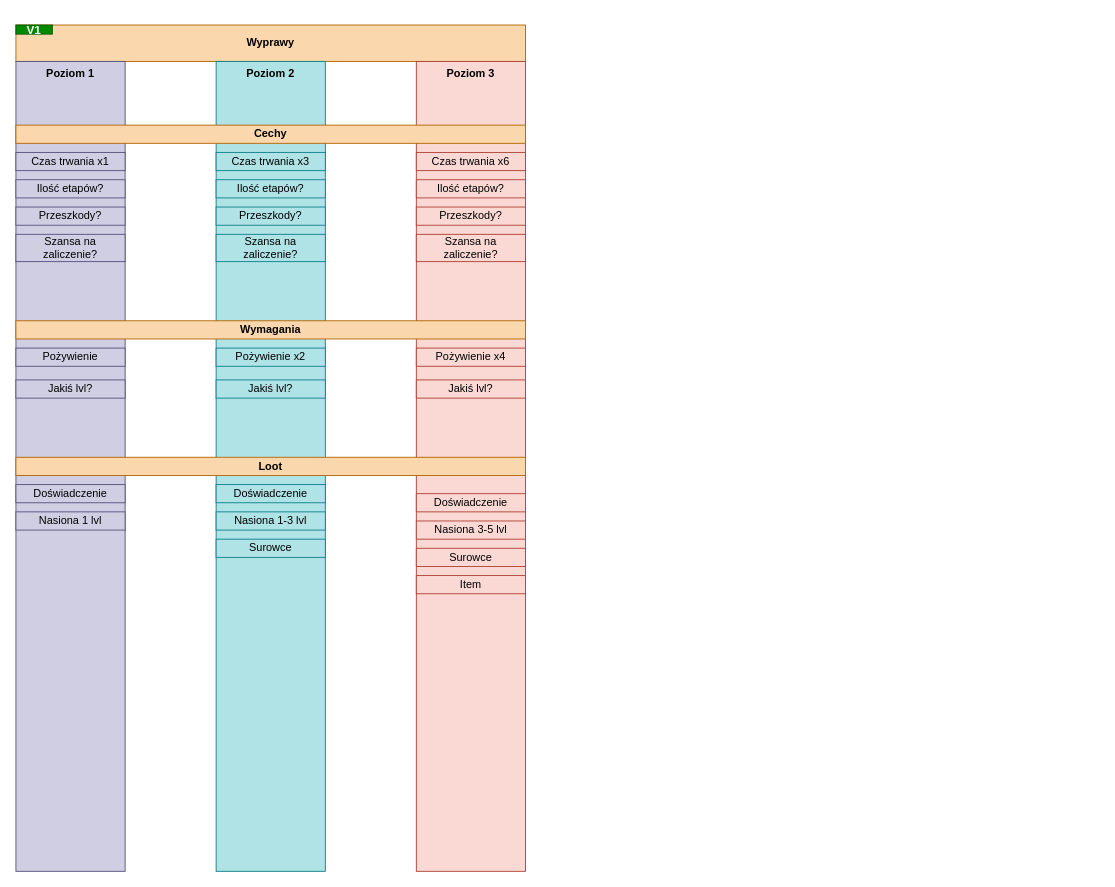
This is page "Wyprawy" (3 of 8) of gameChanger.drawio from piotreczek5/GameChanger, a draw.io file, before an edit. Source tidied: cells renumbered, new cells numbered last; positions are measured from the earlier drawing's top-left corner, leaving out a move shared by most shapes. Both pictures are drawn from the tidied source at 91%, with x=0, y=0 at pixel (15, 25).
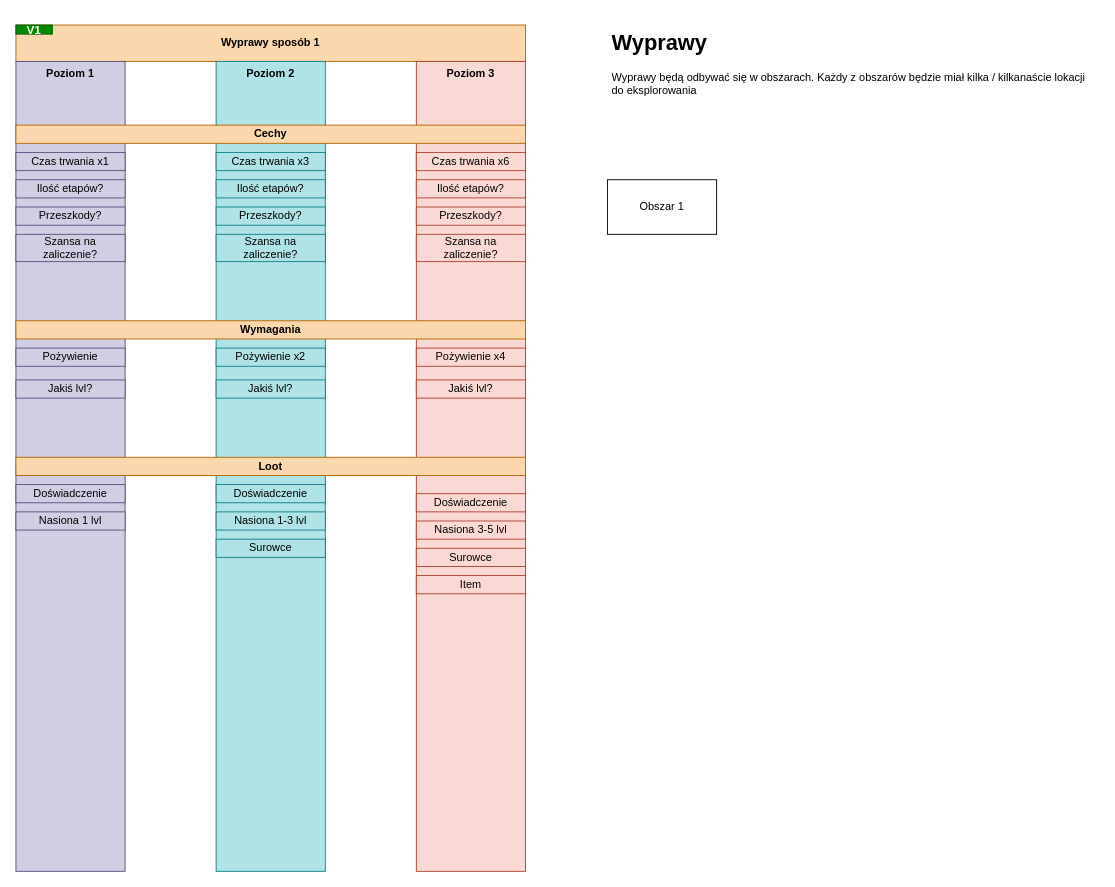
The same diagram, later.

The edit, as a diff of the source:
```diff
@@
-    <mxCell id="2" value="Wyprawy" style="rounded=0;whiteSpace=wrap;html=1;fontSize=12;align=center;fontStyle=1;fillColor=#fad7ac;strokeColor=#b46504;" parent="1" vertex="1">
+    <mxCell id="2" value="Wyprawy sposób 1" style="rounded=0;whiteSpace=wrap;html=1;fontSize=12;align=center;fontStyle=1;fillColor=#fad7ac;strokeColor=#b46504;" parent="1" vertex="1">
       <mxGeometry width="560" height="40" as="geometry" />
     </mxCell>
@@
+    <mxCell id="37" value="&lt;h1&gt;Wyprawy&lt;/h1&gt;&lt;p&gt;Wyprawy będą odbywać się w obszarach. Każdy z obszarów będzie miał kilka / kilkanaście lokacji do eksplorowania&lt;/p&gt;" style="text;html=1;strokeColor=none;fillColor=none;spacing=5;spacingTop=-20;whiteSpace=wrap;overflow=hidden;rounded=0;" parent="1" vertex="1">
+      <mxGeometry x="650" width="540" height="120" as="geometry" />
+    </mxCell>
+    <mxCell id="38" value="Obszar 1" style="rounded=0;whiteSpace=wrap;html=1;" parent="1" vertex="1">
+      <mxGeometry x="650" y="170" width="120" height="60" as="geometry" />
+    </mxCell>
```
